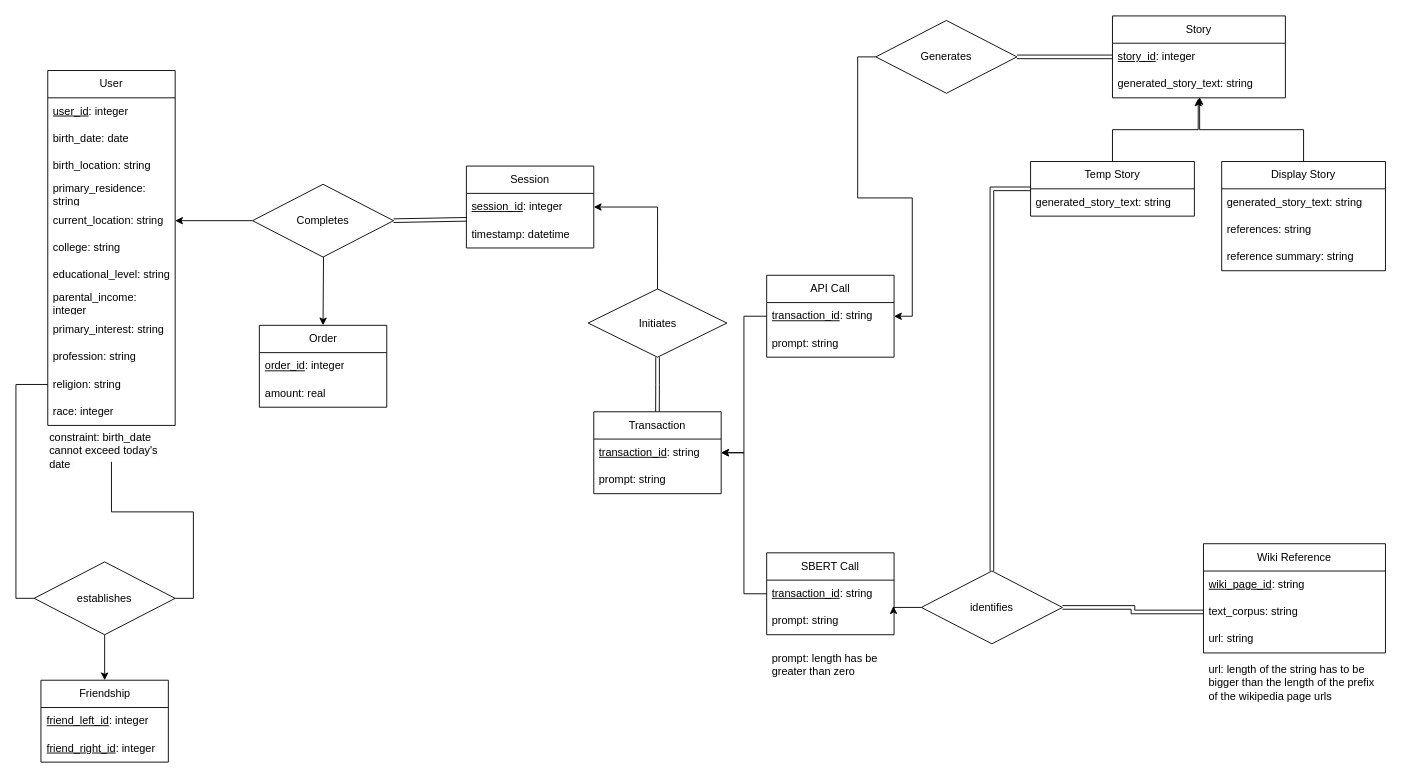
jiajiabinx/IChing keeps this draw.io diagram as er_diagram.drawio. Above is the earlier version. Source tidied: cells renumbered, new cells numbered last; positions are measured from the earlier drawing's top-left corner, leaving out a move shared by most shapes. Both pictures are drawn from the tidied source at 91%, with x=0, y=0 at pixel (34, 15).
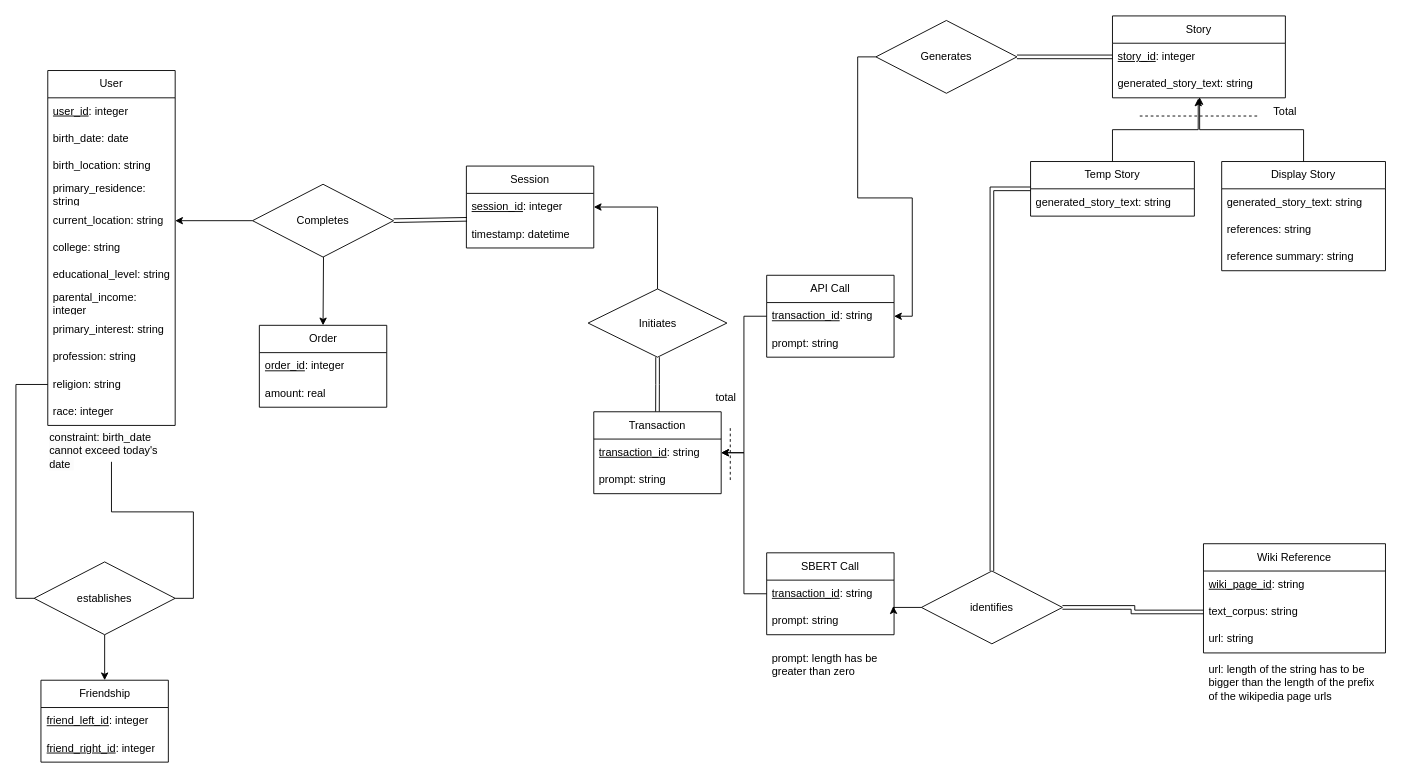
Above is the later version.

The edit, as a diff of the source:
```diff
@@
+    <mxCell id="74" style="endArrow=none;dashed=1;html=1;rounded=0;" parent="1" edge="1">
+      <mxGeometry relative="1" as="geometry">
+        <mxPoint x="765" y="510" as="sourcePoint" />
+        <mxPoint x="765" y="450" as="targetPoint" />
+      </mxGeometry>
+    </mxCell>
+    <mxCell id="75" value="total" style="text;html=1;align=center;verticalAlign=middle;strokeColor=none;fillColor=none;" parent="1" vertex="1">
+      <mxGeometry x="735" y="405" width="50" height="30" as="geometry" />
+    </mxCell>
+    <mxCell id="76" style="endArrow=none;dashed=1;html=1;rounded=0;" parent="1" edge="1">
+      <mxGeometry relative="1" as="geometry">
+        <mxPoint x="1215" y="110" as="sourcePoint" />
+        <mxPoint x="1345" y="110" as="targetPoint" />
+      </mxGeometry>
+    </mxCell>
+    <mxCell id="77" value="Total" style="text;html=1;align=center;verticalAlign=middle;whiteSpace=wrap;rounded=0;" parent="1" vertex="1">
+      <mxGeometry x="1345" y="90" width="60" height="30" as="geometry" />
+    </mxCell>
```
